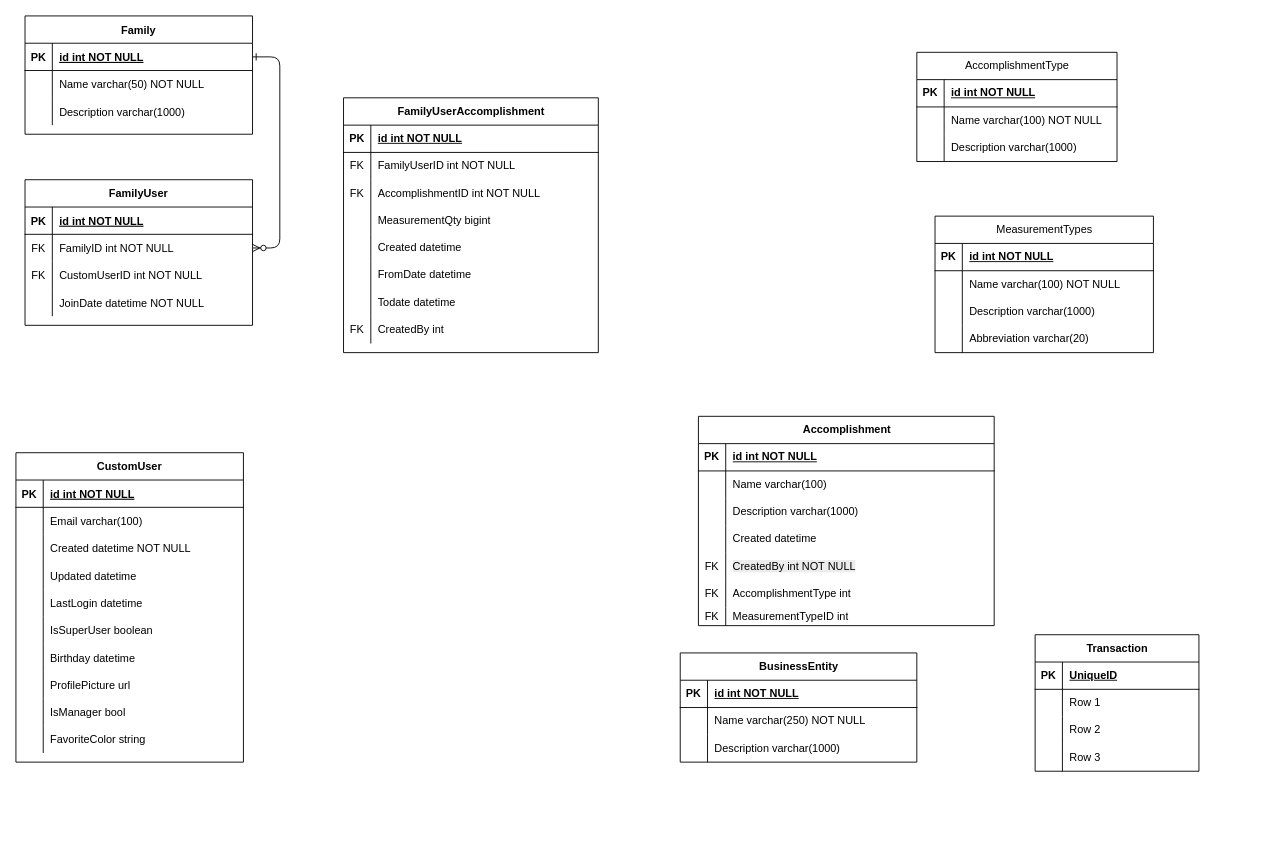
WimpieRatte/FamilyThings keeps this draw.io diagram as documentation/erds/FamilyThingsERD.drawio. Above is the earlier version. Source tidied: cells renumbered, new cells numbered last; positions are measured from the earlier drawing's top-left corner, leaving out a move shared by most shapes. Both pictures are drawn from the tidied source at 91%, with x=0, y=0 at pixel (15, 15).
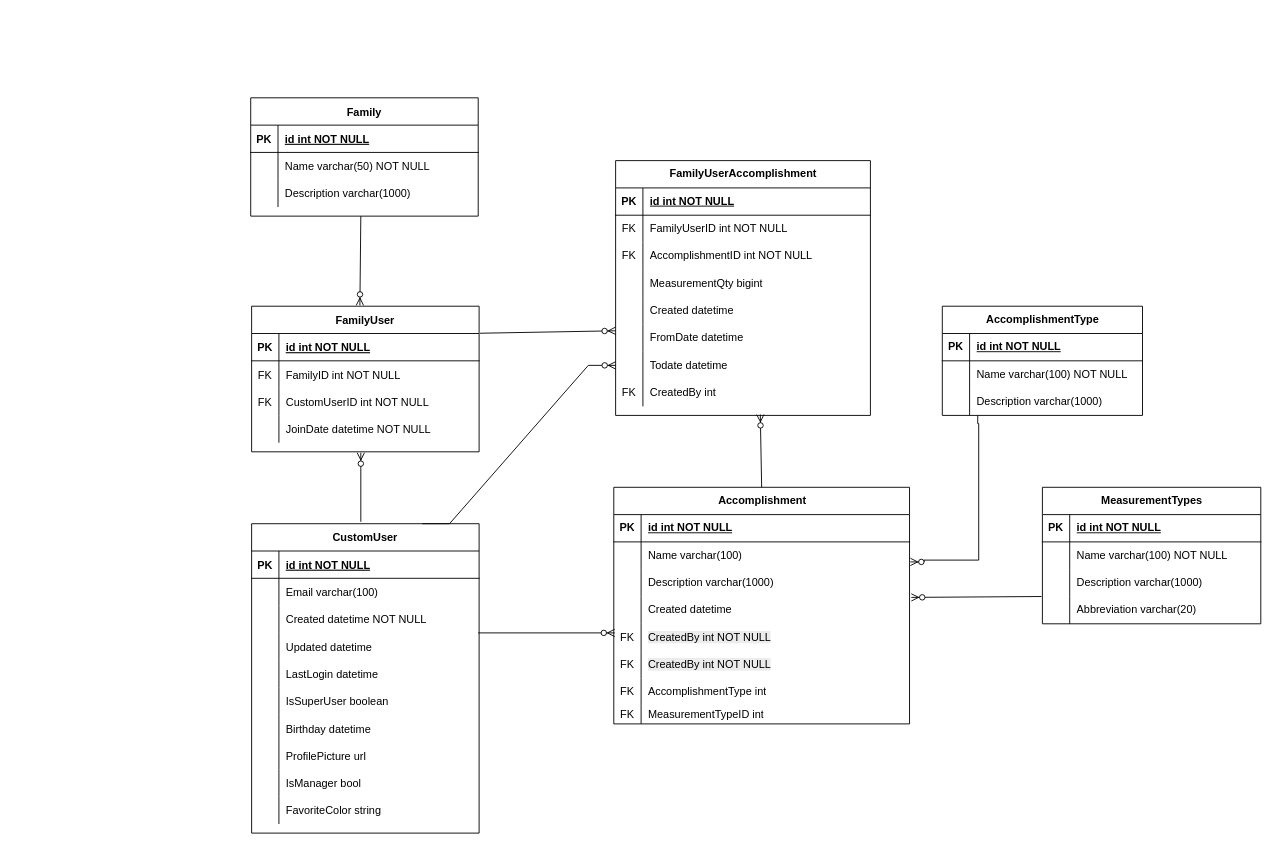
After the change.

Unchanged cells that the change refers to:
```xml
<mxCell id="7" style="shape=partialRectangle;fillColor=none;points=[[0,0.5],[1,0.5]];portConstraint=eastwest;top=0;left=0;right=0;bottom=0;" parent="3" vertex="1">
  <mxGeometry y="60" width="250" height="30" as="geometry" />
</mxCell>
<mxCell id="76" style="shape=tableRow;horizontal=0;startSize=0;swimlaneHead=0;swimlaneBody=0;fillColor=none;points=[[0,0.5],[1,0.5]];portConstraint=eastwest;top=0;left=0;right=0;bottom=0;" parent="57" vertex="1">
  <mxGeometry y="210" width="280" height="30" as="geometry" />
</mxCell>
<mxCell id="86" style="shape=tableRow;horizontal=0;startSize=0;swimlaneHead=0;swimlaneBody=0;fillColor=none;points=[[0,0.5],[1,0.5]];portConstraint=eastwest;top=0;left=0;right=0;bottom=0;" parent="82" vertex="1">
  <mxGeometry y="60" width="325" height="30" as="geometry" />
</mxCell>
<mxCell id="92" style="shape=tableRow;horizontal=0;startSize=0;swimlaneHead=0;swimlaneBody=0;fillColor=none;points=[[0,0.5],[1,0.5]];portConstraint=eastwest;top=0;left=0;right=0;bottom=0;" parent="82" vertex="1">
  <mxGeometry y="120" width="325" height="30" as="geometry" />
</mxCell>
<mxCell id="111" style="shape=tableRow;horizontal=0;startSize=0;swimlaneHead=0;swimlaneBody=0;fillColor=none;points=[[0,0.5],[1,0.5]];portConstraint=eastwest;top=0;left=0;right=0;bottom=0;" parent="104" vertex="1">
  <mxGeometry y="90" width="220" height="30" as="geometry" />
</mxCell>
<mxCell id="124" style="shape=tableRow;horizontal=0;startSize=0;swimlaneHead=0;swimlaneBody=0;fillColor=none;points=[[0,0.5],[1,0.5]];portConstraint=eastwest;top=0;left=0;right=0;bottom=0;" parent="114" vertex="1">
  <mxGeometry y="120" width="240" height="30" as="geometry" />
</mxCell>
```

Diff of the diagram source:
```diff
@@
-    <mxCell id="2" style="edgeStyle=entityRelationEdgeStyle;endArrow=ERzeroToMany;startArrow=ERone;endFill=1;startFill=0;" parent="1" edge="1" source="48" target="7">
-      <mxGeometry relative="1" as="geometry" />
-    </mxCell>
     <mxCell id="3" value="FamilyUser" style="shape=table;startSize=30;childLayout=tableLayout;rowLines=0;fontStyle=1;align=center;" parent="1" vertex="1">
-      <mxGeometry x="10" y="180" width="250" height="160" as="geometry" />
+      <mxGeometry x="259" y="319" width="250" height="160" as="geometry" />
     </mxCell>
@@
     <mxCell id="16" value="CustomUser" style="shape=table;startSize=30;childLayout=tableLayout;rowLines=0;fontStyle=1;align=center;" parent="1" vertex="1">
-      <mxGeometry y="480" width="250" height="340" as="geometry" />
+      <mxGeometry x="259" y="558" width="250" height="340" as="geometry" />
     </mxCell>
@@
-    <mxCell id="47" value="Family" style="shape=table;startSize=30;childLayout=tableLayout;rowLines=0;fontStyle=1;align=center;" parent="1" vertex="1">
-      <mxGeometry x="10" width="250" height="130" as="geometry" />
-    </mxCell>
-    <mxCell id="48" style="shape=partialRectangle;fillColor=none;points=[[0,0.5],[1,0.5]];portConstraint=eastwest;top=0;left=0;right=0;bottom=1;" parent="47" vertex="1">
-      <mxGeometry y="30" width="250" height="30" as="geometry" />
-    </mxCell>
-    <mxCell id="49" value="PK" style="shape=partialRectangle;overflow=hidden;fillColor=none;top=0;left=0;bottom=0;right=0;fontStyle=1;" parent="48" vertex="1">
-      <mxGeometry width="30" height="30" as="geometry" />
-    </mxCell>
-    <mxCell id="50" value="id int NOT NULL " style="shape=partialRectangle;overflow=hidden;fillColor=none;top=0;left=0;bottom=0;right=0;align=left;spacingLeft=6;fontStyle=5;" parent="48" vertex="1">
-      <mxGeometry x="30" width="220" height="30" as="geometry" />
-    </mxCell>
-    <mxCell id="51" style="shape=partialRectangle;fillColor=none;top=0;left=0;right=0;bottom=0;" parent="47" vertex="1">
-      <mxGeometry y="60" width="250" height="30" as="geometry" />
-    </mxCell>
-    <mxCell id="52" style="shape=partialRectangle;overflow=hidden;fillColor=none;top=0;left=0;bottom=0;right=0;" parent="51" vertex="1">
-      <mxGeometry width="30" height="30" as="geometry" />
-    </mxCell>
-    <mxCell id="53" value="Name varchar(50) NOT NULL" style="shape=partialRectangle;overflow=hidden;fillColor=none;top=0;left=0;bottom=0;right=0;align=left;spacingLeft=6;" parent="51" vertex="1">
-      <mxGeometry x="30" width="220" height="30" as="geometry" />
-    </mxCell>
-    <mxCell id="54" style="shape=partialRectangle;fillColor=none;top=0;left=0;right=0;bottom=0;" parent="47" vertex="1">
-      <mxGeometry y="90" width="250" height="30" as="geometry" />
-    </mxCell>
-    <mxCell id="55" style="shape=partialRectangle;overflow=hidden;fillColor=none;top=0;left=0;bottom=0;right=0;" parent="54" vertex="1">
-      <mxGeometry width="30" height="30" as="geometry" />
-    </mxCell>
-    <mxCell id="56" value="Description varchar(1000)" style="shape=partialRectangle;overflow=hidden;fillColor=none;top=0;left=0;bottom=0;right=0;align=left;spacingLeft=6;" parent="54" vertex="1">
-      <mxGeometry x="30" width="220" height="30" as="geometry" />
-    </mxCell>
     <mxCell id="57" value="FamilyUserAccomplishment" style="shape=table;startSize=30;childLayout=tableLayout;rowLines=0;fontStyle=1;align=center;html=1;" parent="1" vertex="1">
-      <mxGeometry x="360" y="90" width="280" height="280" as="geometry" />
+      <mxGeometry x="659" y="159" width="280" height="280" as="geometry" />
     </mxCell>
@@
     <mxCell id="82" value="Accomplishment" style="shape=table;startSize=30;childLayout=tableLayout;rowLines=0;fontStyle=1;align=center;html=1;" parent="1" vertex="1">
-      <mxGeometry x="750" y="440" width="325" height="230" as="geometry" />
+      <mxGeometry x="657" y="518" width="325" height="260" as="geometry" />
     </mxCell>
@@
+    <mxCell id="150" style="shape=tableRow;horizontal=0;startSize=0;swimlaneHead=0;swimlaneBody=0;fillColor=none;top=0;left=0;right=0;bottom=0;" parent="82" vertex="1">
+      <mxGeometry y="150" width="325" height="30" as="geometry" />
+    </mxCell>
+    <mxCell id="151" value="FK" style="shape=partialRectangle;fillColor=none;top=0;left=0;bottom=0;right=0;overflow=hidden;whiteSpace=wrap;html=1;" parent="150" vertex="1">
+      <mxGeometry width="30" height="30" as="geometry" />
+    </mxCell>
+    <mxCell id="152" value="&lt;span style=&quot;color: rgb(0, 0, 0); font-family: Helvetica; font-size: 12px; font-style: normal; font-variant-ligatures: normal; font-variant-caps: normal; font-weight: 400; letter-spacing: normal; orphans: 2; text-align: left; text-indent: 0px; text-transform: none; widows: 2; word-spacing: 0px; -webkit-text-stroke-width: 0px; white-space: normal; background-color: rgb(236, 236, 236); text-decoration-thickness: initial; text-decoration-style: initial; text-decoration-color: initial; display: inline !important; float: none;&quot;&gt;CreatedBy int NOT NULL&lt;/span&gt;" style="shape=partialRectangle;fillColor=none;top=0;left=0;bottom=0;right=0;align=left;spacingLeft=6;overflow=hidden;whiteSpace=wrap;html=1;" parent="150" vertex="1">
+      <mxGeometry x="30" width="295" height="30" as="geometry" />
+    </mxCell>
     <mxCell id="95" style="shape=tableRow;horizontal=0;startSize=0;swimlaneHead=0;swimlaneBody=0;fillColor=none;top=0;left=0;right=0;bottom=0;" parent="82" vertex="1">
-      <mxGeometry y="150" width="325" height="30" as="geometry" />
+      <mxGeometry y="180" width="325" height="30" as="geometry" />
     </mxCell>
@@
     <mxCell id="98" style="shape=tableRow;horizontal=0;startSize=0;swimlaneHead=0;swimlaneBody=0;fillColor=none;top=0;left=0;right=0;bottom=0;" parent="82" vertex="1">
-      <mxGeometry y="180" width="325" height="30" as="geometry" />
+      <mxGeometry y="210" width="325" height="30" as="geometry" />
     </mxCell>
@@
     <mxCell id="101" style="shape=tableRow;horizontal=0;startSize=0;swimlaneHead=0;swimlaneBody=0;fillColor=none;top=0;left=0;right=0;bottom=0;" parent="82" vertex="1">
-      <mxGeometry y="210" width="325" height="20" as="geometry" />
+      <mxGeometry y="240" width="325" height="20" as="geometry" />
     </mxCell>
@@
-    <mxCell id="104" value="&lt;span style=&quot;font-weight: 400; text-align: left; text-wrap: wrap;&quot;&gt;AccomplishmentType&lt;/span&gt;" style="shape=table;startSize=30;childLayout=tableLayout;rowLines=0;fontStyle=1;align=center;html=1;" parent="1" vertex="1">
-      <mxGeometry x="990" y="40" width="220" height="120" as="geometry" />
+    <mxCell id="104" value="&lt;span style=&quot;text-align: left; text-wrap: wrap;&quot;&gt;AccomplishmentType&lt;/span&gt;" style="shape=table;startSize=30;childLayout=tableLayout;rowLines=0;fontStyle=1;align=center;html=1;" parent="1" vertex="1">
+      <mxGeometry x="1018" y="319" width="220" height="120" as="geometry" />
     </mxCell>
@@
-    <mxCell id="114" value="&lt;span style=&quot;font-weight: 400; text-align: left; text-wrap: wrap;&quot;&gt;MeasurementTypes&lt;/span&gt;" style="shape=table;startSize=30;childLayout=tableLayout;rowLines=0;fontStyle=1;align=center;html=1;" parent="1" vertex="1">
-      <mxGeometry x="1010" y="220" width="240" height="150" as="geometry" />
+    <mxCell id="114" value="&lt;span style=&quot;text-align: left; text-wrap: wrap;&quot;&gt;MeasurementTypes&lt;/span&gt;" style="shape=table;startSize=30;childLayout=tableLayout;rowLines=0;fontStyle=1;align=center;html=1;" parent="1" vertex="1">
+      <mxGeometry x="1128" y="518" width="240" height="150" as="geometry" />
     </mxCell>
@@
-    <mxCell id="127" value="BusinessEntity" style="shape=table;startSize=30;childLayout=tableLayout;rowLines=0;fontStyle=1;align=center;html=1;" parent="1" vertex="1">
-      <mxGeometry x="730" y="700" width="260" height="120" as="geometry" />
-    </mxCell>
-    <mxCell id="128" style="shape=tableRow;horizontal=0;startSize=0;swimlaneHead=0;swimlaneBody=0;fillColor=none;top=0;left=0;right=0;bottom=1;" parent="127" vertex="1">
-      <mxGeometry y="30" width="260" height="30" as="geometry" />
-    </mxCell>
-    <mxCell id="129" value="PK" style="shape=partialRectangle;fillColor=none;top=0;left=0;bottom=0;right=0;fontStyle=1;overflow=hidden;whiteSpace=wrap;html=1;" parent="128" vertex="1">
-      <mxGeometry width="30" height="30" as="geometry" />
-    </mxCell>
-    <mxCell id="130" value="id int NOT NULL" style="shape=partialRectangle;fillColor=none;top=0;left=0;bottom=0;right=0;align=left;spacingLeft=6;fontStyle=5;overflow=hidden;whiteSpace=wrap;html=1;" parent="128" vertex="1">
-      <mxGeometry x="30" width="230" height="30" as="geometry" />
-    </mxCell>
-    <mxCell id="131" style="shape=tableRow;horizontal=0;startSize=0;swimlaneHead=0;swimlaneBody=0;fillColor=none;top=0;left=0;right=0;bottom=0;" parent="127" vertex="1">
-      <mxGeometry y="60" width="260" height="30" as="geometry" />
-    </mxCell>
-    <mxCell id="132" style="shape=partialRectangle;fillColor=none;top=0;left=0;bottom=0;right=0;overflow=hidden;whiteSpace=wrap;html=1;" parent="131" vertex="1">
-      <mxGeometry width="30" height="30" as="geometry" />
-    </mxCell>
-    <mxCell id="133" value="&lt;span style=&quot;text-wrap: nowrap;&quot;&gt;Name varchar(250) NOT NULL&lt;/span&gt;" style="shape=partialRectangle;fillColor=none;top=0;left=0;bottom=0;right=0;align=left;spacingLeft=6;overflow=hidden;whiteSpace=wrap;html=1;" parent="131" vertex="1">
-      <mxGeometry x="30" width="230" height="30" as="geometry" />
-    </mxCell>
-    <mxCell id="134" style="shape=tableRow;horizontal=0;startSize=0;swimlaneHead=0;swimlaneBody=0;fillColor=none;top=0;left=0;right=0;bottom=0;" parent="127" vertex="1">
-      <mxGeometry y="90" width="260" height="30" as="geometry" />
-    </mxCell>
-    <mxCell id="135" style="shape=partialRectangle;fillColor=none;top=0;left=0;bottom=0;right=0;overflow=hidden;whiteSpace=wrap;html=1;" parent="134" vertex="1">
-      <mxGeometry width="30" height="30" as="geometry" />
-    </mxCell>
-    <mxCell id="136" value="&lt;span style=&quot;text-wrap: nowrap;&quot;&gt;Description varchar(1000)&lt;/span&gt;" style="shape=partialRectangle;fillColor=none;top=0;left=0;bottom=0;right=0;align=left;spacingLeft=6;overflow=hidden;whiteSpace=wrap;html=1;" parent="134" vertex="1">
-      <mxGeometry x="30" width="230" height="30" as="geometry" />
-    </mxCell>
-    <mxCell id="137" value="Transaction" style="shape=table;startSize=30;childLayout=tableLayout;rowLines=0;fontStyle=1;align=center;html=1;" parent="1" vertex="1">
-      <mxGeometry x="1120" y="680" width="180" height="150" as="geometry" />
-    </mxCell>
-    <mxCell id="138" style="shape=tableRow;horizontal=0;startSize=0;swimlaneHead=0;swimlaneBody=0;fillColor=none;top=0;left=0;right=0;bottom=1;" parent="137" vertex="1">
-      <mxGeometry y="30" width="180" height="30" as="geometry" />
-    </mxCell>
-    <mxCell id="139" value="PK" style="shape=partialRectangle;fillColor=none;top=0;left=0;bottom=0;right=0;fontStyle=1;overflow=hidden;whiteSpace=wrap;html=1;" parent="138" vertex="1">
-      <mxGeometry width="30" height="30" as="geometry" />
-    </mxCell>
-    <mxCell id="140" value="UniqueID" style="shape=partialRectangle;fillColor=none;top=0;left=0;bottom=0;right=0;align=left;spacingLeft=6;fontStyle=5;overflow=hidden;whiteSpace=wrap;html=1;" parent="138" vertex="1">
-      <mxGeometry x="30" width="150" height="30" as="geometry" />
-    </mxCell>
-    <mxCell id="141" style="shape=tableRow;horizontal=0;startSize=0;swimlaneHead=0;swimlaneBody=0;fillColor=none;top=0;left=0;right=0;bottom=0;" parent="137" vertex="1">
-      <mxGeometry y="60" width="180" height="30" as="geometry" />
-    </mxCell>
-    <mxCell id="142" style="shape=partialRectangle;fillColor=none;top=0;left=0;bottom=0;right=0;overflow=hidden;whiteSpace=wrap;html=1;" parent="141" vertex="1">
-      <mxGeometry width="30" height="30" as="geometry" />
-    </mxCell>
-    <mxCell id="143" value="Row 1" style="shape=partialRectangle;fillColor=none;top=0;left=0;bottom=0;right=0;align=left;spacingLeft=6;overflow=hidden;whiteSpace=wrap;html=1;" parent="141" vertex="1">
-      <mxGeometry x="30" width="150" height="30" as="geometry" />
-    </mxCell>
-    <mxCell id="144" style="shape=tableRow;horizontal=0;startSize=0;swimlaneHead=0;swimlaneBody=0;fillColor=none;top=0;left=0;right=0;bottom=0;" parent="137" vertex="1">
-      <mxGeometry y="90" width="180" height="30" as="geometry" />
-    </mxCell>
-    <mxCell id="145" style="shape=partialRectangle;fillColor=none;top=0;left=0;bottom=0;right=0;overflow=hidden;whiteSpace=wrap;html=1;" parent="144" vertex="1">
-      <mxGeometry width="30" height="30" as="geometry" />
-    </mxCell>
-    <mxCell id="146" value="Row 2" style="shape=partialRectangle;fillColor=none;top=0;left=0;bottom=0;right=0;align=left;spacingLeft=6;overflow=hidden;whiteSpace=wrap;html=1;" parent="144" vertex="1">
-      <mxGeometry x="30" width="150" height="30" as="geometry" />
-    </mxCell>
-    <mxCell id="147" style="shape=tableRow;horizontal=0;startSize=0;swimlaneHead=0;swimlaneBody=0;fillColor=none;top=0;left=0;right=0;bottom=0;" parent="137" vertex="1">
-      <mxGeometry y="120" width="180" height="30" as="geometry" />
-    </mxCell>
-    <mxCell id="148" style="shape=partialRectangle;fillColor=none;top=0;left=0;bottom=0;right=0;overflow=hidden;whiteSpace=wrap;html=1;" parent="147" vertex="1">
-      <mxGeometry width="30" height="30" as="geometry" />
-    </mxCell>
-    <mxCell id="149" value="Row 3" style="shape=partialRectangle;fillColor=none;top=0;left=0;bottom=0;right=0;align=left;spacingLeft=6;overflow=hidden;whiteSpace=wrap;html=1;" parent="147" vertex="1">
-      <mxGeometry x="30" width="150" height="30" as="geometry" />
-    </mxCell>
+    <mxCell id="153" style="fontSize=12;html=1;endArrow=ERzeroToMany;endFill=1;rounded=0;" parent="1" edge="1">
+      <mxGeometry relative="1" as="geometry">
+        <mxPoint x="379" y="220" as="sourcePoint" />
+        <mxPoint x="378" y="318" as="targetPoint" />
+      </mxGeometry>
+    </mxCell>
+    <mxCell id="154" style="fontSize=12;html=1;endArrow=ERzeroToMany;endFill=1;rounded=0;exitX=0.42;exitY=-0.012;exitDx=0;exitDy=0;exitPerimeter=0;" parent="1" edge="1">
+      <mxGeometry relative="1" as="geometry">
+        <mxPoint x="379" y="555.9" as="sourcePoint" />
+        <mxPoint x="379" y="480" as="targetPoint" />
+      </mxGeometry>
+    </mxCell>
+    <mxCell id="47" value="Family" style="shape=table;startSize=30;childLayout=tableLayout;rowLines=0;fontStyle=1;align=center;labelBackgroundColor=#FFFFFF;" parent="1" vertex="1">
+      <mxGeometry x="258" y="90" width="250" height="130" as="geometry" />
+    </mxCell>
+    <mxCell id="48" style="shape=partialRectangle;fillColor=none;points=[[0,0.5],[1,0.5]];portConstraint=eastwest;top=0;left=0;right=0;bottom=1;" parent="47" vertex="1">
+      <mxGeometry y="30" width="250" height="30" as="geometry" />
+    </mxCell>
+    <mxCell id="49" value="PK" style="shape=partialRectangle;overflow=hidden;fillColor=none;top=0;left=0;bottom=0;right=0;fontStyle=1;" parent="48" vertex="1">
+      <mxGeometry width="30" height="30" as="geometry" />
+    </mxCell>
+    <mxCell id="50" value="id int NOT NULL " style="shape=partialRectangle;overflow=hidden;fillColor=none;top=0;left=0;bottom=0;right=0;align=left;spacingLeft=6;fontStyle=5;" parent="48" vertex="1">
+      <mxGeometry x="30" width="220" height="30" as="geometry" />
+    </mxCell>
+    <mxCell id="51" style="shape=partialRectangle;fillColor=none;top=0;left=0;right=0;bottom=0;" parent="47" vertex="1">
+      <mxGeometry y="60" width="250" height="30" as="geometry" />
+    </mxCell>
+    <mxCell id="52" style="shape=partialRectangle;overflow=hidden;fillColor=none;top=0;left=0;bottom=0;right=0;" parent="51" vertex="1">
+      <mxGeometry width="30" height="30" as="geometry" />
+    </mxCell>
+    <mxCell id="53" value="Name varchar(50) NOT NULL" style="shape=partialRectangle;overflow=hidden;fillColor=none;top=0;left=0;bottom=0;right=0;align=left;spacingLeft=6;" parent="51" vertex="1">
+      <mxGeometry x="30" width="220" height="30" as="geometry" />
+    </mxCell>
+    <mxCell id="54" style="shape=partialRectangle;fillColor=none;top=0;left=0;right=0;bottom=0;" parent="47" vertex="1">
+      <mxGeometry y="90" width="250" height="30" as="geometry" />
+    </mxCell>
+    <mxCell id="55" style="shape=partialRectangle;overflow=hidden;fillColor=none;top=0;left=0;bottom=0;right=0;" parent="54" vertex="1">
+      <mxGeometry width="30" height="30" as="geometry" />
+    </mxCell>
+    <mxCell id="56" value="Description varchar(1000)" style="shape=partialRectangle;overflow=hidden;fillColor=none;top=0;left=0;bottom=0;right=0;align=left;spacingLeft=6;" parent="54" vertex="1">
+      <mxGeometry x="30" width="220" height="30" as="geometry" />
+    </mxCell>
+    <mxCell id="155" style="edgeStyle=entityRelationEdgeStyle;fontSize=12;html=1;endArrow=ERzeroToMany;endFill=1;rounded=0;exitX=0.75;exitY=0;exitDx=0;exitDy=0;entryX=0;entryY=0.5;entryDx=0;entryDy=0;" parent="1" edge="1" source="16" target="76">
+      <mxGeometry relative="1" as="geometry">
+        <Array as="points">
+          <mxPoint x="607" y="293" />
+        </Array>
+      </mxGeometry>
+    </mxCell>
+    <mxCell id="156" style="fontSize=12;html=1;endArrow=ERzeroToMany;endFill=1;rounded=0;entryX=-0.004;entryY=0.033;entryDx=0;entryDy=0;entryPerimeter=0;" parent="1" edge="1">
+      <mxGeometry relative="1" as="geometry">
+        <mxPoint x="510" y="348.7" as="sourcePoint" />
+        <mxPoint x="658.9" y="346" as="targetPoint" />
+      </mxGeometry>
+    </mxCell>
+    <mxCell id="157" style="fontSize=12;html=1;endArrow=ERzeroToMany;endFill=1;rounded=0;" parent="1" edge="1">
+      <mxGeometry relative="1" as="geometry">
+        <mxPoint x="508" y="678" as="sourcePoint" />
+        <mxPoint x="658" y="678" as="targetPoint" />
+      </mxGeometry>
+    </mxCell>
+    <mxCell id="158" style="fontSize=12;html=1;endArrow=ERzeroToMany;endFill=1;rounded=0;exitX=0.5;exitY=0;exitDx=0;exitDy=0;" parent="1" edge="1" source="82">
+      <mxGeometry relative="1" as="geometry">
+        <mxPoint x="818" y="438" as="targetPoint" />
+      </mxGeometry>
+    </mxCell>
+    <mxCell id="159" style="edgeStyle=orthogonalEdgeStyle;fontSize=12;html=1;endArrow=ERzeroToMany;endFill=1;rounded=0;entryX=1.003;entryY=0.733;entryDx=0;entryDy=0;entryPerimeter=0;exitX=0.177;exitY=1;exitDx=0;exitDy=0;exitPerimeter=0;" parent="1" edge="1" source="111" target="86">
+      <mxGeometry relative="1" as="geometry">
+        <Array as="points">
+          <mxPoint x="1057" y="448" />
+          <mxPoint x="1058" y="448" />
+          <mxPoint x="1058" y="598" />
+          <mxPoint x="998" y="598" />
+          <mxPoint x="998" y="600" />
+        </Array>
+      </mxGeometry>
+    </mxCell>
+    <mxCell id="160" style="fontSize=12;html=1;endArrow=ERzeroToMany;endFill=1;rounded=0;exitX=-0.004;exitY=0;exitDx=0;exitDy=0;exitPerimeter=0;entryX=1.006;entryY=0.033;entryDx=0;entryDy=0;entryPerimeter=0;" parent="1" edge="1" source="124" target="92">
+      <mxGeometry relative="1" as="geometry" />
+    </mxCell>
```
